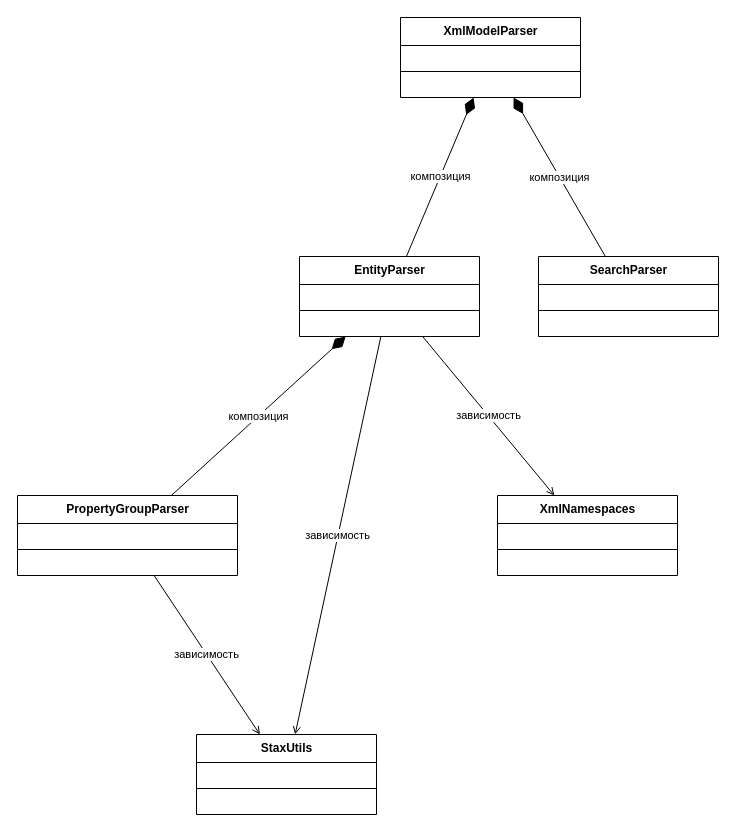
The draw.io diagram page "Рис.38 Parser (уточнённая)" (5 of 18) of VKR_class_diagrams.drawio in nastolbov/diplom23, before the edit. Source tidied: cells renumbered, new cells numbered last; positions are measured from the earlier drawing's top-left corner, leaving out a move shared by most shapes. Both pictures are drawn from the tidied source at 100%, with x=0, y=0 at pixel (17, 17).
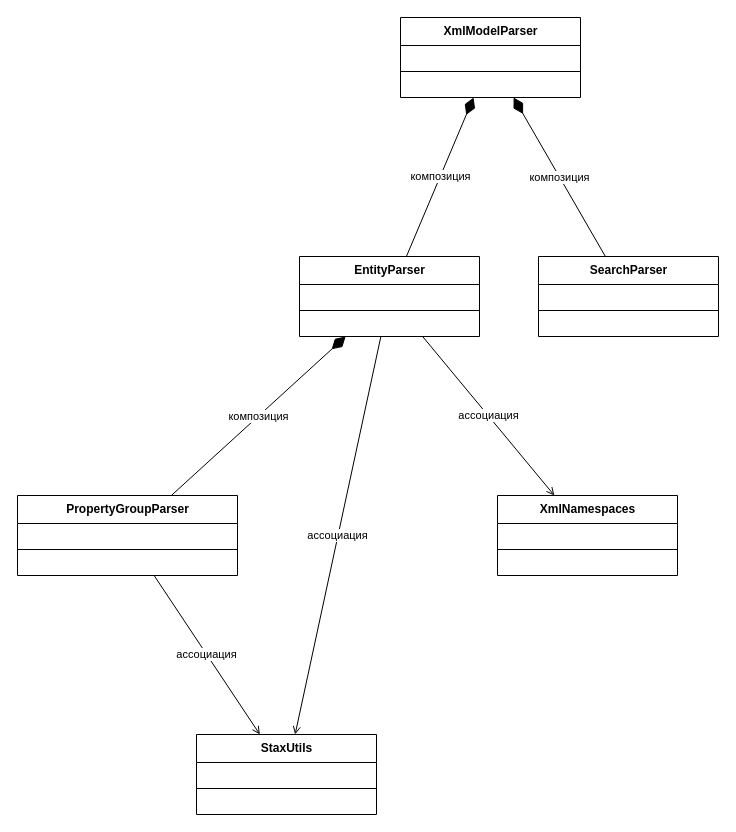
Above is the later version.

Commit message (it also covers changes not shown here):
Rename relationship label «зависимость» -> «ассоциация» on refined diagrams

Unchanged cells that the change refers to:
```xml
<mxCell id="6" value="EntityParser" style="swimlane;html=1;fontStyle=1;align=center;verticalAlign=top;horizontal=1;startSize=28;" parent="1" vertex="1">
  <mxGeometry x="282" y="239" width="180" height="80" as="geometry" />
</mxCell>
<mxCell id="14" value="PropertyGroupParser" style="swimlane;html=1;fontStyle=1;align=center;verticalAlign=top;horizontal=1;startSize=28;" parent="1" vertex="1">
  <mxGeometry y="478" width="220" height="80" as="geometry" />
</mxCell>
<mxCell id="18" value="XmlNamespaces" style="swimlane;html=1;fontStyle=1;align=center;verticalAlign=top;horizontal=1;startSize=28;" parent="1" vertex="1">
  <mxGeometry x="480" y="478" width="180" height="80" as="geometry" />
</mxCell>
<mxCell id="22" value="StaxUtils" style="swimlane;html=1;fontStyle=1;align=center;verticalAlign=top;horizontal=1;startSize=28;" parent="1" vertex="1">
  <mxGeometry x="179" y="717" width="180" height="80" as="geometry" />
</mxCell>
```

Change to the diagram source:
```diff
@@
-    <mxCell id="29" value="зависимость" style="html=1;endArrow=open;startArrow=none;rounded=0;" parent="1" edge="1" source="6" target="22">
+    <mxCell id="29" value="ассоциация" style="html=1;endArrow=open;startArrow=none;rounded=0;" parent="1" edge="1" source="6" target="22">
       <mxGeometry relative="1" as="geometry" />
     </mxCell>
-    <mxCell id="30" value="зависимость" style="html=1;endArrow=open;startArrow=none;rounded=0;" parent="1" edge="1" source="6" target="18">
+    <mxCell id="30" value="ассоциация" style="html=1;endArrow=open;startArrow=none;rounded=0;" parent="1" edge="1" source="6" target="18">
       <mxGeometry relative="1" as="geometry" />
     </mxCell>
-    <mxCell id="31" value="зависимость" style="html=1;endArrow=open;startArrow=none;rounded=0;" parent="1" edge="1" source="14" target="22">
+    <mxCell id="31" value="ассоциация" style="html=1;endArrow=open;startArrow=none;rounded=0;" parent="1" edge="1" source="14" target="22">
       <mxGeometry relative="1" as="geometry" />
     </mxCell>
```
